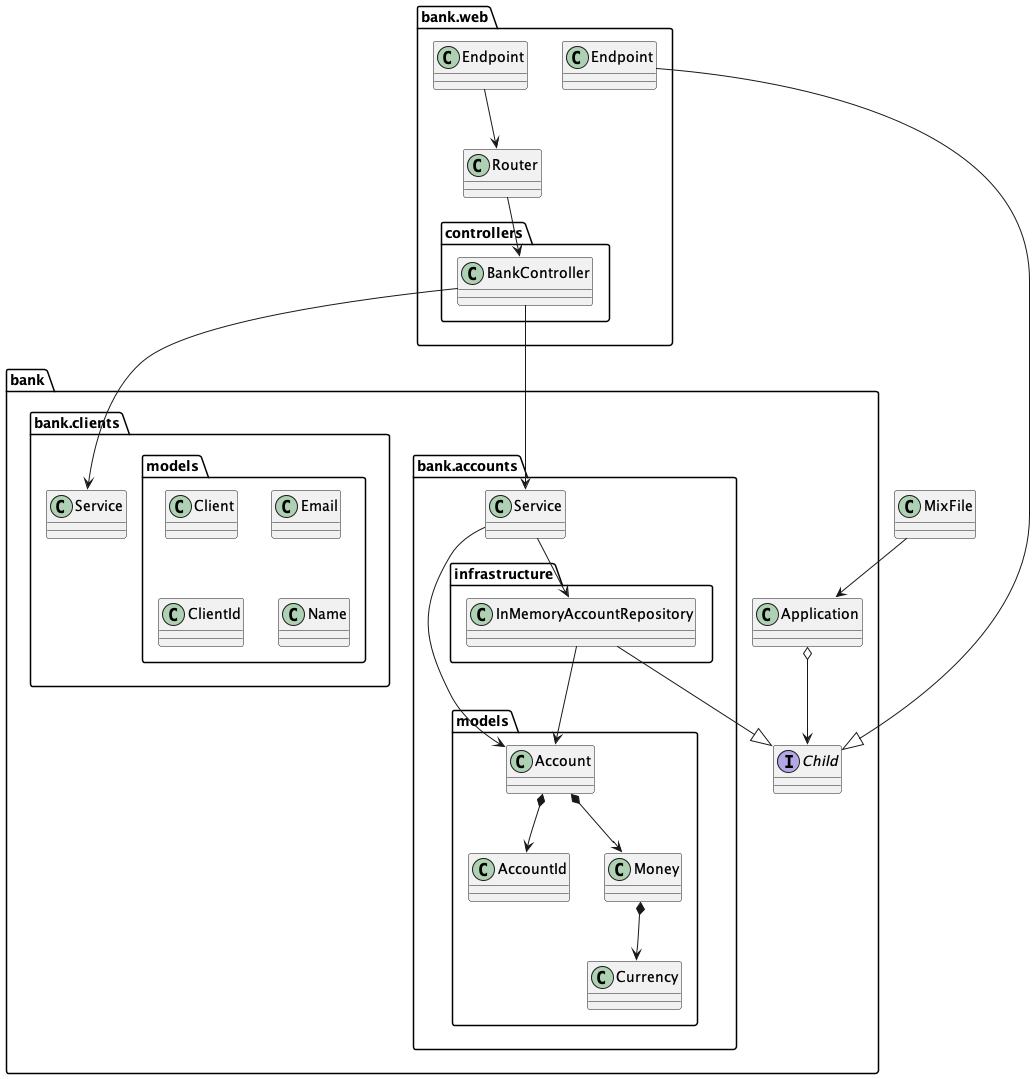
fraylopez/bank-elixir keeps this PlantUML diagram as docs/out/Architecture.png. Above is the earlier version.
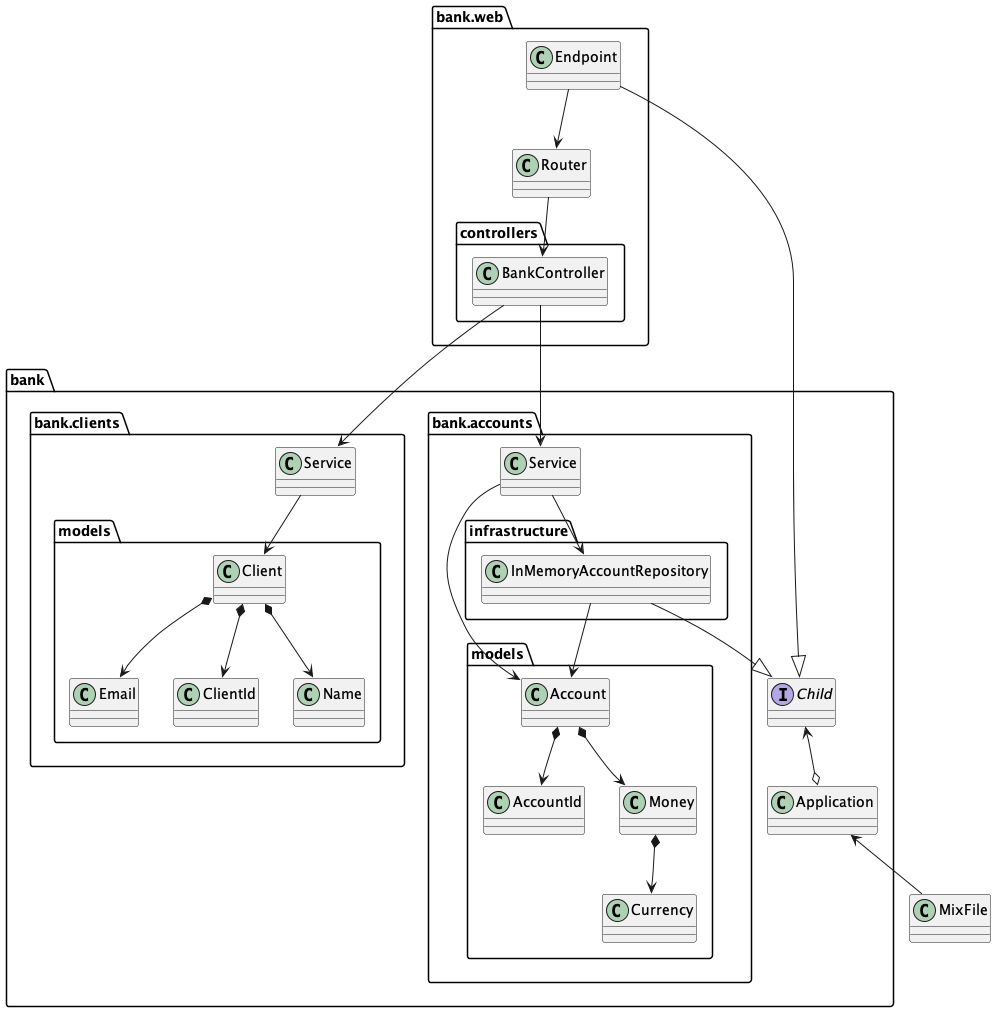
After the change.

Commit message:
chore: render diagrams

Diff of the diagram source:
```diff
@@ -44,9 +44,9 @@
   }
 }
 
-MixFile --> Application
-Application o--> Child
-bank.web.Endpoint --|> Child
+MixFile -up-> Application
+Application o-up-> Child
+Endpoint --|> Child
 InMemoryAccountRepository --|> Child
 
 
@@ -63,6 +63,11 @@
 Account *--> Money
 Money *--> Currency
 
+ClientsService --> Client
+Client *--> ClientId
+Client *--> Name
+Client *--> Email
+
 
 
 @enduml
```
